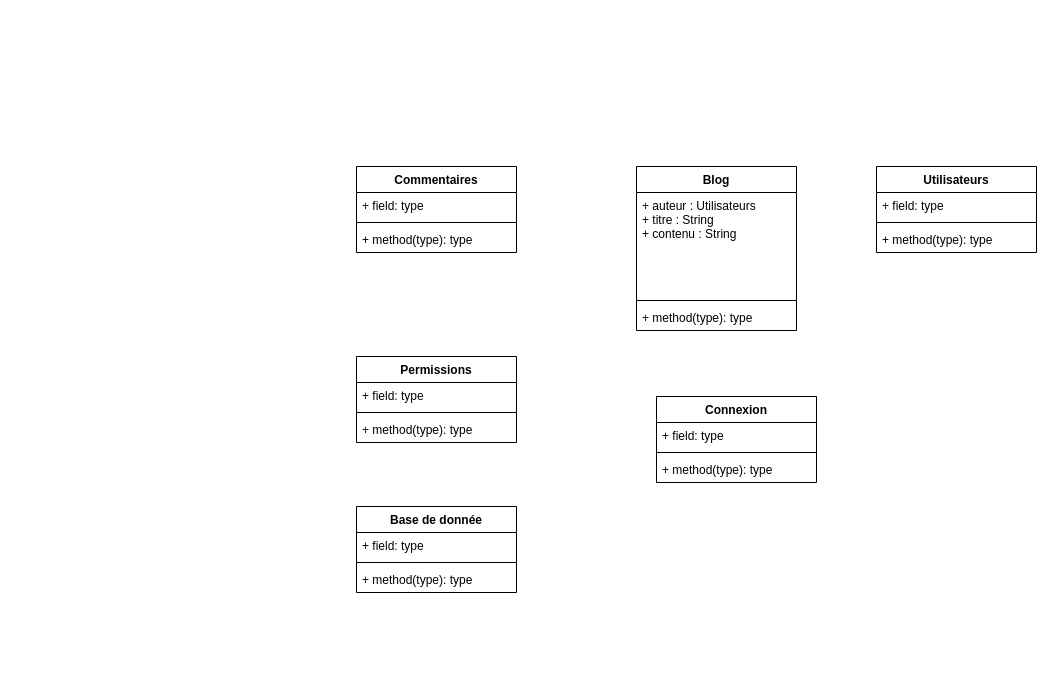
This is exoBlog.drawio from HelixFix/ExoUML, a draw.io file, before an edit. Source tidied: cells renumbered, new cells numbered last; positions are measured from the earlier drawing's top-left corner, leaving out a move shared by most shapes. Both pictures are drawn from the tidied source at 100%, with x=0, y=0 at pixel (356, 166).
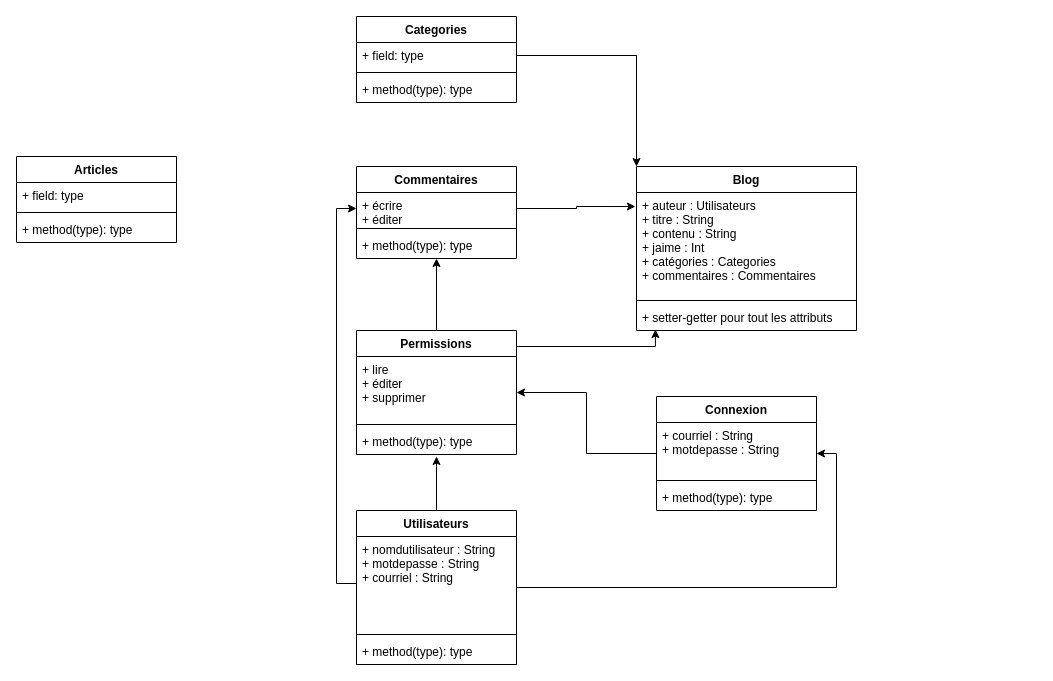
After the change.

Commit message:
Mettre à jour exoBlog.drawio

The edit, as a diff of the source:
```diff
@@
     <mxCell id="2" value="Blog" style="swimlane;fontStyle=1;align=center;verticalAlign=top;horizontal=1;startSize=26;" parent="1" vertex="1">
-      <mxGeometry x="280" width="160" height="164" as="geometry" />
+      <mxGeometry x="280" width="220" height="164" as="geometry" />
     </mxCell>
-    <mxCell id="3" value="+ auteur : Utilisateurs&#10;+ titre : String&#10;+ contenu : String&#10;" style="text;strokeColor=none;fillColor=none;align=left;verticalAlign=top;spacingLeft=4;spacingRight=4;overflow=hidden;points=[[0,0.5],[1,0.5]];portConstraint=eastwest;" parent="2" vertex="1">
-      <mxGeometry y="26" width="160" height="104" as="geometry" />
+    <mxCell id="3" value="+ auteur : Utilisateurs&#10;+ titre : String&#10;+ contenu : String&#10;+ jaime : Int&#10;+ catégories : Categories&#10;+ commentaires : Commentaires&#10;&#10;" style="text;strokeColor=none;fillColor=none;align=left;verticalAlign=top;spacingLeft=4;spacingRight=4;overflow=hidden;points=[[0,0.5],[1,0.5]];portConstraint=eastwest;" parent="2" vertex="1">
+      <mxGeometry y="26" width="220" height="104" as="geometry" />
     </mxCell>
     <mxCell id="4" style="line;strokeWidth=1;fillColor=none;align=left;verticalAlign=middle;spacingTop=-1;spacingLeft=3;spacingRight=3;labelPosition=right;" parent="2" vertex="1">
-      <mxGeometry y="130" width="160" height="8" as="geometry" />
+      <mxGeometry y="130" width="220" height="8" as="geometry" />
     </mxCell>
-    <mxCell id="5" value="+ method(type): type" style="text;strokeColor=none;fillColor=none;align=left;verticalAlign=top;spacingLeft=4;spacingRight=4;overflow=hidden;points=[[0,0.5],[1,0.5]];portConstraint=eastwest;" parent="2" vertex="1">
-      <mxGeometry y="138" width="160" height="26" as="geometry" />
+    <mxCell id="5" value="+ setter-getter pour tout les attributs" style="text;strokeColor=none;fillColor=none;align=left;verticalAlign=top;spacingLeft=4;spacingRight=4;overflow=hidden;points=[[0,0.5],[1,0.5]];portConstraint=eastwest;" parent="2" vertex="1">
+      <mxGeometry y="138" width="220" height="26" as="geometry" />
     </mxCell>
+    <mxCell id="26" style="edgeStyle=orthogonalEdgeStyle;rounded=0;jettySize=auto;html=1;entryX=1;entryY=0.5;entryDx=0;entryDy=0;" parent="1" edge="1" source="6" target="18">
+      <mxGeometry relative="1" as="geometry" />
+    </mxCell>
+    <mxCell id="27" style="edgeStyle=orthogonalEdgeStyle;rounded=0;jettySize=auto;html=1;entryX=0.5;entryY=1.077;entryDx=0;entryDy=0;entryPerimeter=0;" parent="1" edge="1" source="6" target="17">
+      <mxGeometry relative="1" as="geometry">
+        <Array as="points">
+          <mxPoint x="80" y="300" />
+          <mxPoint x="80" y="300" />
+        </Array>
+      </mxGeometry>
+    </mxCell>
     <mxCell id="6" value="Utilisateurs" style="swimlane;fontStyle=1;align=center;verticalAlign=top;horizontal=1;startSize=26;" parent="1" vertex="1">
-      <mxGeometry x="520" width="160" height="86" as="geometry" />
+      <mxGeometry y="344" width="160" height="154" as="geometry" />
     </mxCell>
-    <mxCell id="7" value="+ field: type" style="text;strokeColor=none;fillColor=none;align=left;verticalAlign=top;spacingLeft=4;spacingRight=4;overflow=hidden;points=[[0,0.5],[1,0.5]];portConstraint=eastwest;" parent="6" vertex="1">
-      <mxGeometry y="26" width="160" height="26" as="geometry" />
+    <mxCell id="7" value="+ nomdutilisateur : String&#10;+ motdepasse : String&#10;+ courriel : String&#10;" style="text;strokeColor=none;fillColor=none;align=left;verticalAlign=top;spacingLeft=4;spacingRight=4;overflow=hidden;points=[[0,0.5],[1,0.5]];portConstraint=eastwest;" parent="6" vertex="1">
+      <mxGeometry y="26" width="160" height="94" as="geometry" />
     </mxCell>
     <mxCell id="8" style="line;strokeWidth=1;fillColor=none;align=left;verticalAlign=middle;spacingTop=-1;spacingLeft=3;spacingRight=3;labelPosition=right;" parent="6" vertex="1">
-      <mxGeometry y="52" width="160" height="8" as="geometry" />
+      <mxGeometry y="120" width="160" height="8" as="geometry" />
     </mxCell>
     <mxCell id="9" value="+ method(type): type" style="text;strokeColor=none;fillColor=none;align=left;verticalAlign=top;spacingLeft=4;spacingRight=4;overflow=hidden;" parent="6" vertex="1">
-      <mxGeometry y="60" width="160" height="26" as="geometry" />
+      <mxGeometry y="128" width="160" height="26" as="geometry" />
     </mxCell>
     <mxCell id="10" value="Commentaires" style="swimlane;fontStyle=1;align=center;verticalAlign=top;horizontal=1;startSize=26;" parent="1" vertex="1">
-      <mxGeometry width="160" height="86" as="geometry" />
+      <mxGeometry width="160" height="92" as="geometry" />
     </mxCell>
-    <mxCell id="11" value="+ field: type" style="text;strokeColor=none;fillColor=none;align=left;verticalAlign=top;spacingLeft=4;spacingRight=4;overflow=hidden;points=[[0,0.5],[1,0.5]];portConstraint=eastwest;" parent="10" vertex="1">
-      <mxGeometry y="26" width="160" height="26" as="geometry" />
+    <mxCell id="11" value="+ écrire&#10;+ éditer&#10;" style="text;strokeColor=none;fillColor=none;align=left;verticalAlign=top;spacingLeft=4;spacingRight=4;overflow=hidden;points=[[0,0.5],[1,0.5]];portConstraint=eastwest;" parent="10" vertex="1">
+      <mxGeometry y="26" width="160" height="32" as="geometry" />
     </mxCell>
     <mxCell id="12" style="line;strokeWidth=1;fillColor=none;align=left;verticalAlign=middle;spacingTop=-1;spacingLeft=3;spacingRight=3;labelPosition=right;" parent="10" vertex="1">
-      <mxGeometry y="52" width="160" height="8" as="geometry" />
+      <mxGeometry y="58" width="160" height="8" as="geometry" />
     </mxCell>
     <mxCell id="13" value="+ method(type): type" style="text;strokeColor=none;fillColor=none;align=left;verticalAlign=top;spacingLeft=4;spacingRight=4;overflow=hidden;" parent="10" vertex="1">
-      <mxGeometry y="60" width="160" height="26" as="geometry" />
+      <mxGeometry y="66" width="160" height="26" as="geometry" />
     </mxCell>
+    <mxCell id="28" style="edgeStyle=orthogonalEdgeStyle;rounded=0;jettySize=auto;html=1;entryX=0.086;entryY=0.962;entryDx=0;entryDy=0;entryPerimeter=0;" parent="1" edge="1" source="14" target="5">
+      <mxGeometry relative="1" as="geometry">
+        <Array as="points">
+          <mxPoint x="299" y="180" />
+        </Array>
+      </mxGeometry>
+    </mxCell>
+    <mxCell id="29" style="rounded=0;jettySize=auto;html=1;entryX=0.5;entryY=1;entryDx=0;entryDy=0;" parent="1" edge="1" source="14" target="10">
+      <mxGeometry relative="1" as="geometry" />
+    </mxCell>
     <mxCell id="14" value="Permissions" style="swimlane;fontStyle=1;align=center;verticalAlign=top;horizontal=1;startSize=26;" parent="1" vertex="1">
-      <mxGeometry y="190" width="160" height="86" as="geometry" />
+      <mxGeometry y="164" width="160" height="124" as="geometry" />
     </mxCell>
-    <mxCell id="15" value="+ field: type" style="text;strokeColor=none;fillColor=none;align=left;verticalAlign=top;spacingLeft=4;spacingRight=4;overflow=hidden;" parent="14" vertex="1">
-      <mxGeometry y="26" width="160" height="26" as="geometry" />
+    <mxCell id="15" value="+ lire&#10;+ éditer&#10;+ supprimer&#10;" style="text;strokeColor=none;fillColor=none;align=left;verticalAlign=top;spacingLeft=4;spacingRight=4;overflow=hidden;" parent="14" vertex="1">
+      <mxGeometry y="26" width="160" height="64" as="geometry" />
     </mxCell>
     <mxCell id="16" style="line;strokeWidth=1;fillColor=none;align=left;verticalAlign=middle;spacingTop=-1;spacingLeft=3;spacingRight=3;labelPosition=right;" parent="14" vertex="1">
-      <mxGeometry y="52" width="160" height="8" as="geometry" />
+      <mxGeometry y="90" width="160" height="8" as="geometry" />
     </mxCell>
     <mxCell id="17" value="+ method(type): type" style="text;strokeColor=none;fillColor=none;align=left;verticalAlign=top;spacingLeft=4;spacingRight=4;overflow=hidden;points=[[0,0.5],[1,0.5]];portConstraint=eastwest;" parent="14" vertex="1">
-      <mxGeometry y="60" width="160" height="26" as="geometry" />
+      <mxGeometry y="98" width="160" height="26" as="geometry" />
     </mxCell>
+    <mxCell id="30" style="edgeStyle=orthogonalEdgeStyle;rounded=0;jettySize=auto;html=1;entryX=1;entryY=0.5;entryDx=0;entryDy=0;" parent="1" edge="1" source="18" target="14">
+      <mxGeometry relative="1" as="geometry" />
+    </mxCell>
     <mxCell id="18" value="Connexion" style="swimlane;fontStyle=1;align=center;verticalAlign=top;horizontal=1;startSize=26;" parent="1" vertex="1">
-      <mxGeometry x="300" y="230" width="160" height="86" as="geometry" />
+      <mxGeometry x="300" y="230" width="160" height="114" as="geometry" />
     </mxCell>
-    <mxCell id="19" value="+ field: type" style="text;strokeColor=none;fillColor=none;align=left;verticalAlign=top;spacingLeft=4;spacingRight=4;overflow=hidden;" parent="18" vertex="1">
-      <mxGeometry y="26" width="160" height="26" as="geometry" />
-    </mxCell>
+    <mxCell id="31" value="+ courriel : String&#10;+ motdepasse : String&#10;" style="text;strokeColor=none;fillColor=none;align=left;verticalAlign=top;spacingLeft=4;spacingRight=4;overflow=hidden;" parent="18" vertex="1">
+      <mxGeometry y="26" width="160" height="54" as="geometry" />
+    </mxCell>
     <mxCell id="20" style="line;strokeWidth=1;fillColor=none;align=left;verticalAlign=middle;spacingTop=-1;spacingLeft=3;spacingRight=3;labelPosition=right;" parent="18" vertex="1">
-      <mxGeometry y="52" width="160" height="8" as="geometry" />
+      <mxGeometry y="80" width="160" height="8" as="geometry" />
     </mxCell>
     <mxCell id="21" value="+ method(type): type" style="text;strokeColor=none;fillColor=none;align=left;verticalAlign=top;spacingLeft=4;spacingRight=4;overflow=hidden;" parent="18" vertex="1">
-      <mxGeometry y="60" width="160" height="26" as="geometry" />
+      <mxGeometry y="88" width="160" height="26" as="geometry" />
     </mxCell>
-    <mxCell id="22" value="Base de donnée" style="swimlane;fontStyle=1;align=center;verticalAlign=top;horizontal=1;startSize=26;" parent="1" vertex="1">
-      <mxGeometry y="340" width="160" height="86" as="geometry" />
-    </mxCell>
-    <mxCell id="23" value="+ field: type" style="text;strokeColor=none;fillColor=none;align=left;verticalAlign=top;spacingLeft=4;spacingRight=4;overflow=hidden;" parent="22" vertex="1">
-      <mxGeometry y="26" width="160" height="26" as="geometry" />
-    </mxCell>
-    <mxCell id="24" style="line;strokeWidth=1;fillColor=none;align=left;verticalAlign=middle;spacingTop=-1;spacingLeft=3;spacingRight=3;labelPosition=right;" parent="22" vertex="1">
-      <mxGeometry y="52" width="160" height="8" as="geometry" />
-    </mxCell>
-    <mxCell id="25" value="+ method(type): type" style="text;strokeColor=none;fillColor=none;align=left;verticalAlign=top;spacingLeft=4;spacingRight=4;overflow=hidden;" parent="22" vertex="1">
-      <mxGeometry y="60" width="160" height="26" as="geometry" />
-    </mxCell>
+    <mxCell id="32" style="edgeStyle=orthogonalEdgeStyle;rounded=0;jettySize=auto;html=1;entryX=-0.005;entryY=0.135;entryDx=0;entryDy=0;entryPerimeter=0;" parent="1" edge="1" source="11" target="3">
+      <mxGeometry relative="1" as="geometry">
+        <Array as="points">
+          <mxPoint x="220" y="42" />
+          <mxPoint x="220" y="40" />
+        </Array>
+      </mxGeometry>
+    </mxCell>
+    <mxCell id="33" value="Categories" style="swimlane;fontStyle=1;align=center;verticalAlign=top;horizontal=1;startSize=26;" parent="1" vertex="1">
+      <mxGeometry y="-150" width="160" height="86" as="geometry" />
+    </mxCell>
+    <mxCell id="34" value="+ field: type" style="text;strokeColor=none;fillColor=none;align=left;verticalAlign=top;spacingLeft=4;spacingRight=4;overflow=hidden;points=[[0,0.5],[1,0.5]];portConstraint=eastwest;" parent="33" vertex="1">
+      <mxGeometry y="26" width="160" height="26" as="geometry" />
+    </mxCell>
+    <mxCell id="35" style="line;strokeWidth=1;fillColor=none;align=left;verticalAlign=middle;spacingTop=-1;spacingLeft=3;spacingRight=3;labelPosition=right;" parent="33" vertex="1">
+      <mxGeometry y="52" width="160" height="8" as="geometry" />
+    </mxCell>
+    <mxCell id="36" value="+ method(type): type" style="text;strokeColor=none;fillColor=none;align=left;verticalAlign=top;spacingLeft=4;spacingRight=4;overflow=hidden;" parent="33" vertex="1">
+      <mxGeometry y="60" width="160" height="26" as="geometry" />
+    </mxCell>
+    <mxCell id="37" style="edgeStyle=orthogonalEdgeStyle;rounded=0;jettySize=auto;html=1;entryX=0;entryY=0;entryDx=0;entryDy=0;" parent="1" edge="1" source="34" target="2">
+      <mxGeometry relative="1" as="geometry" />
+    </mxCell>
+    <mxCell id="38" style="edgeStyle=orthogonalEdgeStyle;rounded=0;jettySize=auto;html=1;entryX=0;entryY=0.5;entryDx=0;entryDy=0;" parent="1" edge="1" source="7" target="11">
+      <mxGeometry relative="1" as="geometry" />
+    </mxCell>
+    <mxCell id="39" value="Articles" style="swimlane;fontStyle=1;align=center;verticalAlign=top;horizontal=1;startSize=26;" parent="1" vertex="1">
+      <mxGeometry x="-340" y="-10" width="160" height="86" as="geometry" />
+    </mxCell>
+    <mxCell id="40" value="+ field: type" style="text;strokeColor=none;fillColor=none;align=left;verticalAlign=top;spacingLeft=4;spacingRight=4;overflow=hidden;" parent="39" vertex="1">
+      <mxGeometry y="26" width="160" height="26" as="geometry" />
+    </mxCell>
+    <mxCell id="41" style="line;strokeWidth=1;fillColor=none;align=left;verticalAlign=middle;spacingTop=-1;spacingLeft=3;spacingRight=3;labelPosition=right;" parent="39" vertex="1">
+      <mxGeometry y="52" width="160" height="8" as="geometry" />
+    </mxCell>
+    <mxCell id="42" value="+ method(type): type" style="text;strokeColor=none;fillColor=none;align=left;verticalAlign=top;spacingLeft=4;spacingRight=4;overflow=hidden;" parent="39" vertex="1">
+      <mxGeometry y="60" width="160" height="26" as="geometry" />
+    </mxCell>
```
